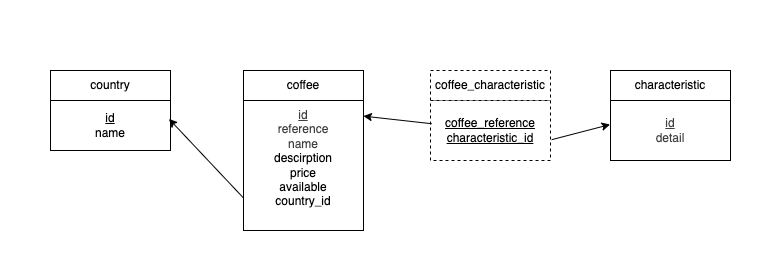
Above: src/models/02-model-logique-donnees.png in accolette/challenge-Semaine11-BackEnd-ocoffee (draw.io), before the change. Source tidied: cells renumbered, new cells last; positions are measured from the earlier drawing's top-left corner, leaving out a move shared by most shapes.
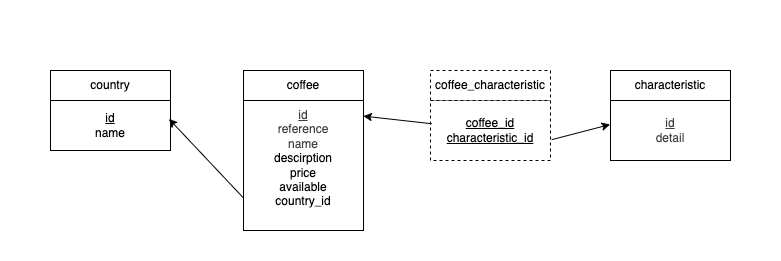
The same diagram one commit later.

Change to the diagram source:
```diff
@@ -29,7 +29,7 @@
     <mxCell id="10" value="coffee_characteristic" style="rounded=0;whiteSpace=wrap;html=1;dashed=1;" parent="1" vertex="1">
       <mxGeometry x="430" y="70" width="120" height="30" as="geometry" />
     </mxCell>
-    <mxCell id="11" value="&lt;div&gt;&lt;u&gt;coffee_reference&lt;/u&gt;&lt;/div&gt;&lt;div&gt;&lt;u&gt;characteristic_id&lt;/u&gt;&lt;/div&gt;" style="rounded=0;whiteSpace=wrap;html=1;dashed=1;" parent="1" vertex="1">
+    <mxCell id="11" value="&lt;div&gt;&lt;u&gt;coffee_id&lt;/u&gt;&lt;/div&gt;&lt;div&gt;&lt;u&gt;characteristic_id&lt;/u&gt;&lt;/div&gt;" style="rounded=0;whiteSpace=wrap;html=1;dashed=1;" parent="1" vertex="1">
       <mxGeometry x="430" y="100" width="120" height="60" as="geometry" />
     </mxCell>
     <mxCell id="12" style="endArrow=classic;html=1;exitX=0.01;exitY=0.387;exitDx=0;exitDy=0;exitPerimeter=0;entryX=0.999;entryY=0.12;entryDx=0;entryDy=0;entryPerimeter=0;" parent="1" edge="1" source="11" target="7">
```
